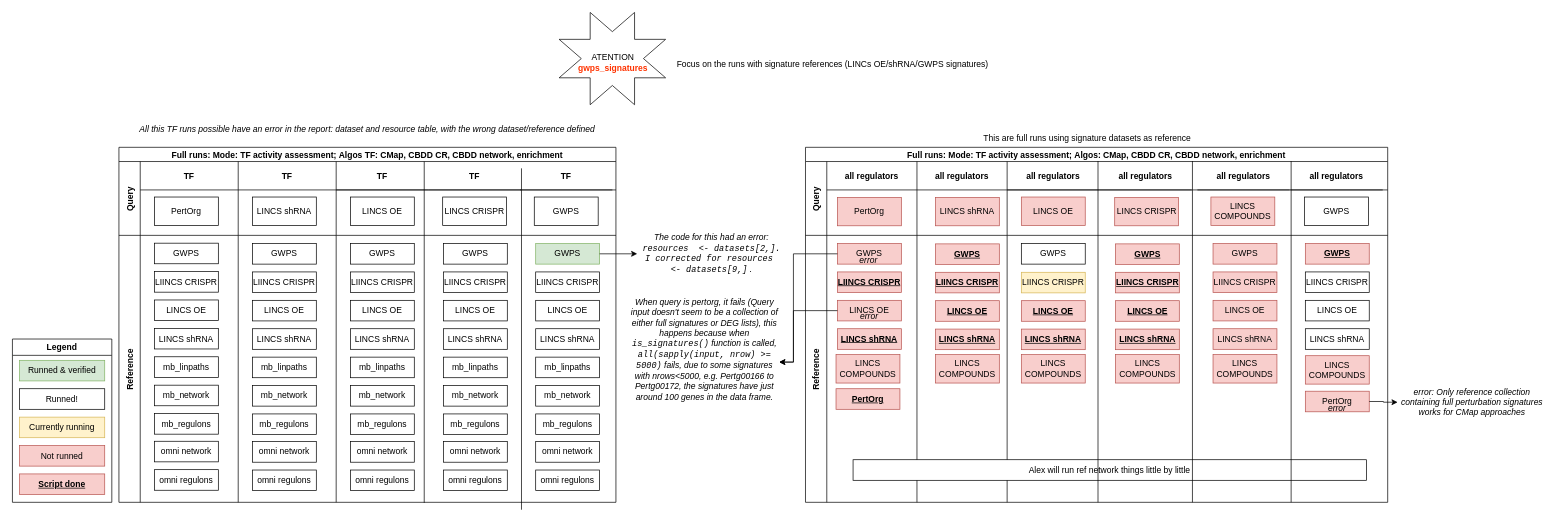
This is Untitled Diagram.drawio from mivgomes/drawio, a draw.io file, before an edit. Source tidied: cells renumbered, new cells numbered last; positions are measured from the earlier drawing's top-left corner, leaving out a move shared by most shapes. Both pictures are drawn from the tidied source at 71%, with x=0, y=0 at pixel (12, 12).
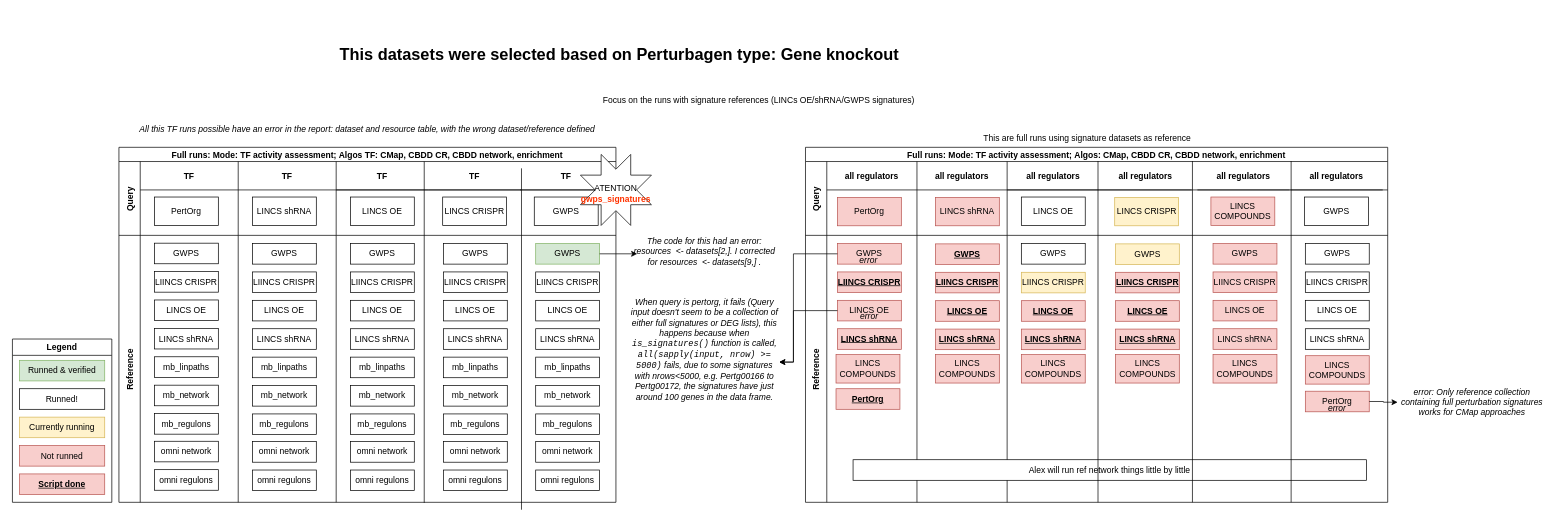
The same page after the edit.

The change refers to these unchanged cells:
```xml
<mxCell id="13" value="TF" style="swimlane;swimlaneHead=0;swimlaneBody=0;fillColor=none;startSize=40;fontStyle=1;" parent="8" vertex="1">
  <mxGeometry x="259" width="130" height="104" as="geometry" />
</mxCell>
<mxCell id="76" value="all regulators" style="swimlane;swimlaneHead=0;swimlaneBody=0;fillColor=none;startSize=40;fontStyle=1;" parent="73" vertex="1">
  <mxGeometry width="130" height="104" as="geometry" />
</mxCell>
<mxCell id="99" style="swimlane;swimlaneHead=0;swimlaneBody=0;fillColor=none;startSize=0;fontStyle=1;" parent="81" vertex="1">
  <mxGeometry x="284" width="536" height="376" as="geometry" />
</mxCell>
<mxCell id="100" style="swimlane;swimlaneHead=0;swimlaneBody=0;fillColor=none;startSize=0;fontStyle=1;" parent="99" vertex="1">
  <mxGeometry x="400" width="130" height="376" as="geometry" />
</mxCell>
```

Change to the diagram source:
```diff
@@
+    <mxCell id="144" style="group;" parent="13" vertex="1">
+      <mxGeometry x="85" y="-10" width="150" height="130" as="geometry" />
+    </mxCell>
+    <mxCell id="145" style="verticalLabelPosition=bottom;verticalAlign=top;html=1;shape=mxgraph.basic.8_point_star;" parent="144" vertex="1">
+      <mxGeometry width="100" height="100" as="geometry" />
+    </mxCell>
+    <mxCell id="146" value="ATENTION&lt;div&gt;&lt;b style=&quot;text-wrap-mode: nowrap;&quot;&gt;&lt;font color=&quot;#ff3300&quot;&gt;gwps_signatures&lt;/font&gt;&lt;/b&gt;&lt;/div&gt;" style="text;html=1;align=center;verticalAlign=middle;whiteSpace=wrap;rounded=0;" parent="144" vertex="1">
+      <mxGeometry x="20" y="40" width="60" height="30" as="geometry" />
+    </mxCell>
@@
-    <mxCell id="77" value="LINCS OE" style="rounded=0;whiteSpace=wrap;html=1;fillColor=#f8cecc;strokeColor=#b85450;" parent="76" vertex="1">
+    <mxCell id="77" value="LINCS OE" style="rounded=0;whiteSpace=wrap;html=1;" parent="76" vertex="1">
       <mxGeometry x="20" y="50" width="90" height="40" as="geometry" />
     </mxCell>
@@
-    <mxCell id="101" value="GWPS" style="rounded=0;whiteSpace=wrap;html=1;fillColor=#f8cecc;strokeColor=#b85450;fontStyle=5;" parent="100" vertex="1">
+    <mxCell id="101" value="GWPS" style="rounded=0;whiteSpace=wrap;html=1;fontStyle=0;" parent="100" vertex="1">
       <mxGeometry x="20" y="11.5" width="90" height="29" as="geometry" />
     </mxCell>
@@
-    <mxCell id="112" value="LINCS CRISPR" style="rounded=0;whiteSpace=wrap;html=1;fillColor=#f8cecc;strokeColor=#b85450;" parent="99" vertex="1">
+    <mxCell id="112" value="LINCS CRISPR" style="rounded=0;whiteSpace=wrap;html=1;fillColor=#fff2cc;strokeColor=#d6b656;" parent="99" vertex="1">
       <mxGeometry x="151.5" y="-53.5" width="90" height="40" as="geometry" />
     </mxCell>
-    <mxCell id="113" value="GWPS" style="rounded=0;whiteSpace=wrap;html=1;fillColor=#f8cecc;strokeColor=#b85450;fontStyle=5;" parent="99" vertex="1">
+    <mxCell id="113" value="GWPS" style="rounded=0;whiteSpace=wrap;html=1;fillColor=#fff2cc;strokeColor=#d6b656;fontStyle=0;" parent="99" vertex="1">
       <mxGeometry x="152.5" y="12" width="90" height="29" as="geometry" />
     </mxCell>
@@
-    <mxCell id="134" value="The code for this had an error:&lt;div&gt;&lt;code spellcheck=&quot;false&quot; class=&quot;skipProofing&quot;&gt;resources&amp;nbsp; &amp;lt;- datasets[2,]. I corrected for&amp;nbsp;&lt;/code&gt;&lt;code style=&quot;background-color: initial;&quot; spellcheck=&quot;false&quot; class=&quot;skipProofing&quot;&gt;resources&amp;nbsp; &amp;lt;- datasets[9,]&lt;/code&gt;&lt;span style=&quot;background-color: initial;&quot;&gt; .&lt;/span&gt;&lt;/div&gt;" style="text;html=1;align=center;verticalAlign=middle;whiteSpace=wrap;rounded=0;fontStyle=2;" parent="1" vertex="1">
-      <mxGeometry x="880" y="305" width="210" height="70" as="geometry" />
+    <mxCell id="134" value="The code for this had an error:&#10;resources&amp;nbsp; &amp;lt;- datasets[2,]. I corrected for&amp;nbsp;resources&amp;nbsp; &amp;lt;- datasets[9,] ." style="text;html=1;align=center;verticalAlign=middle;whiteSpace=wrap;rounded=0;spacingTop=-6;spacing=-4;fontStyle=2;" parent="1" vertex="1">
+      <mxGeometry x="880" y="305" width="190" height="70" as="geometry" />
     </mxCell>
@@
     <mxCell id="140" value="&lt;span&gt;Focus on the runs with signature references (LINCs OE/shRNA/GWPS signatures)&lt;br&gt;&lt;/span&gt;" style="text;whiteSpace=wrap;html=1;" parent="1" vertex="1">
-      <mxGeometry x="934" y="60" width="460" height="29" as="geometry" />
+      <mxGeometry x="830" y="110" width="460" height="29" as="geometry" />
     </mxCell>
@@
-    <mxCell id="144" style="group;" parent="1" vertex="1">
-      <mxGeometry x="770" width="150" height="130" as="geometry" />
-    </mxCell>
-    <mxCell id="145" style="verticalLabelPosition=bottom;verticalAlign=top;html=1;shape=mxgraph.basic.8_point_star;" parent="144" vertex="1">
-      <mxGeometry width="150" height="130" as="geometry" />
-    </mxCell>
-    <mxCell id="146" value="ATENTION&lt;div&gt;&lt;b style=&quot;text-wrap-mode: nowrap;&quot;&gt;&lt;font color=&quot;#ff3300&quot;&gt;gwps_signatures&lt;/font&gt;&lt;/b&gt;&lt;/div&gt;" style="text;html=1;align=center;verticalAlign=middle;whiteSpace=wrap;rounded=0;" parent="144" vertex="1">
-      <mxGeometry x="46" y="56" width="60" height="30" as="geometry" />
-    </mxCell>
+    <mxCell id="147" value="This datasets were selected based on Perturbagen type: Gene&amp;nbsp;&lt;span&gt;knockout&lt;/span&gt;" style="text;html=1;align=center;verticalAlign=middle;whiteSpace=wrap;rounded=0;fontStyle=1;fontSize=23;" parent="1" vertex="1">
+      <mxGeometry x="410" y="40" width="890" height="40" as="geometry" />
+    </mxCell>
```
